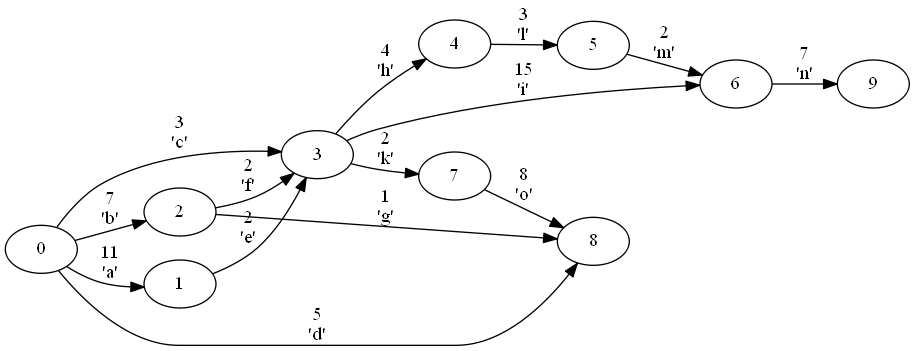
Before: G.png, a diagram exported from Graphviz (tiagoviniciuslopes/trabPAA2). Its source is kept beside it as G.dot.
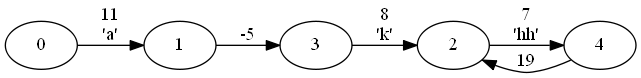
After the commit.

The edit, as a diff of the source:
```diff
@@ -2,30 +2,12 @@
 rankdir=LR
 	0 -> 1 [label="11
 'a'"];
-	0 -> 2 [label="7
-'b'"];
-	0 -> 3 [label="3
-'c'"];
-	0 -> 8 [label="5
-'d'"];
-	1 -> 3 [label="2
-'e'"];
-	2 -> 3 [label="2
-'f'"];
-	2 -> 8 [label="1
-'g'"];
-	3 -> 4 [label="4
-'h'"];
-	3 -> 6 [label="15
-'i'"];
-	3 -> 7 [label="2
+	1 -> 3 [label="-5
+"];
+	2 -> 4 [label="7
+'hh'"];
+	3 -> 2 [label="8
 'k'"];
-	4 -> 5 [label="3
-'l'"];
-	5 -> 6 [label="2
-'m'"];
-	6 -> 9 [label="7
-'n'"];
-	7 -> 8 [label="8
-'o'"];
+	4 -> 2 [label="19
+"];
 }
```
